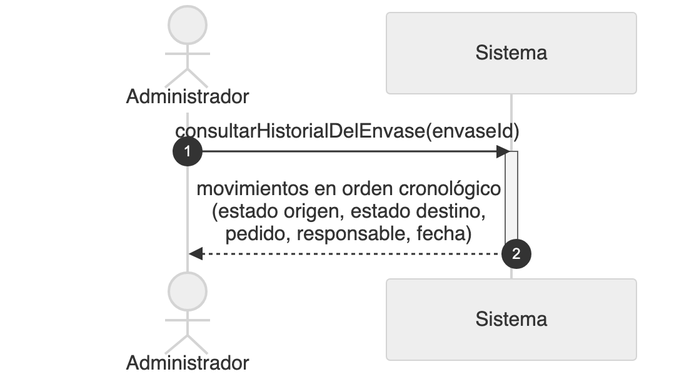
The Mermaid diagram diagramas/png/DSS_CU-071_Consultar-Historial-De-Movimientos-De-Un-Envase.png in Nahuelito-Dev/splg-docs, before a commit. Its source is kept beside it as diagramas/DSS_CU-071_Consultar-Historial-De-Movimientos-De-Un-Envase.mmd. The source it was exported from:
```mermaid
sequenceDiagram
    title DSS — CU-071 Consultar Historial De Movimientos De Un Envase
    autonumber
    actor ADM as Administrador
    participant SIS as Sistema

    ADM->>SIS: consultarHistorialDelEnvase(envaseId)
    activate SIS
    SIS-->>ADM: movimientos en orden cronológico (estado origen, estado destino, pedido, responsable, fecha)
    deactivate SIS
```
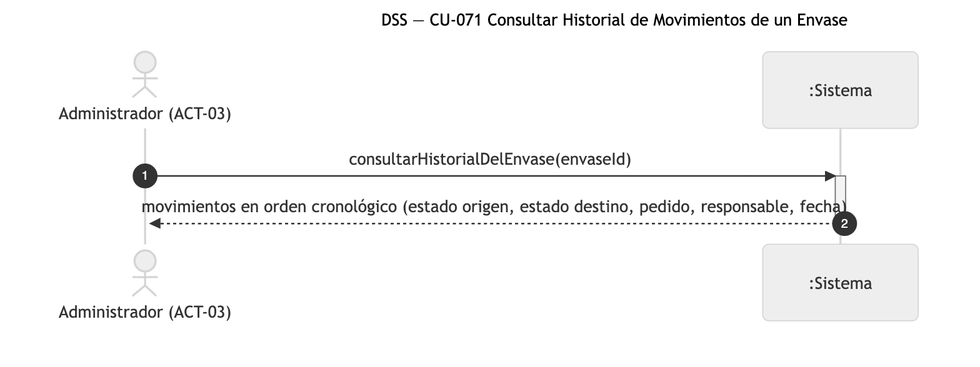
Later version of the same file.

Diff of the diagram source:
```diff
@@ -1,8 +1,8 @@
 sequenceDiagram
-    title DSS — CU-071 Consultar Historial De Movimientos De Un Envase
+    title DSS — CU-071 Consultar Historial de Movimientos de un Envase
     autonumber
-    actor ADM as Administrador
-    participant SIS as Sistema
+    actor ADM as Administrador (ACT-03)
+    participant SIS as :Sistema
 
     ADM->>SIS: consultarHistorialDelEnvase(envaseId)
     activate SIS
```
